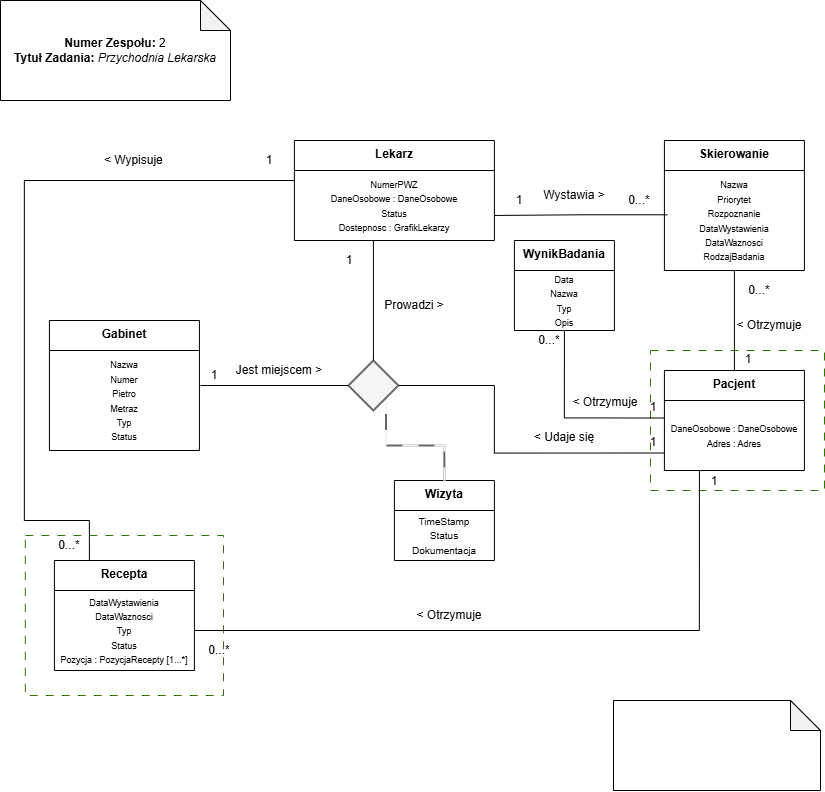
Before: MODA - ETAP2; Koncepcyjny_PoprawkiPoUwagachSzefa .drawio.png, a diagram exported from draw.io (BZaborowski232/MOM_ProjectIII). Source tidied: cells renumbered, new cells last; positions are measured from the earlier drawing's top-left corner, leaving out a move shared by most shapes.
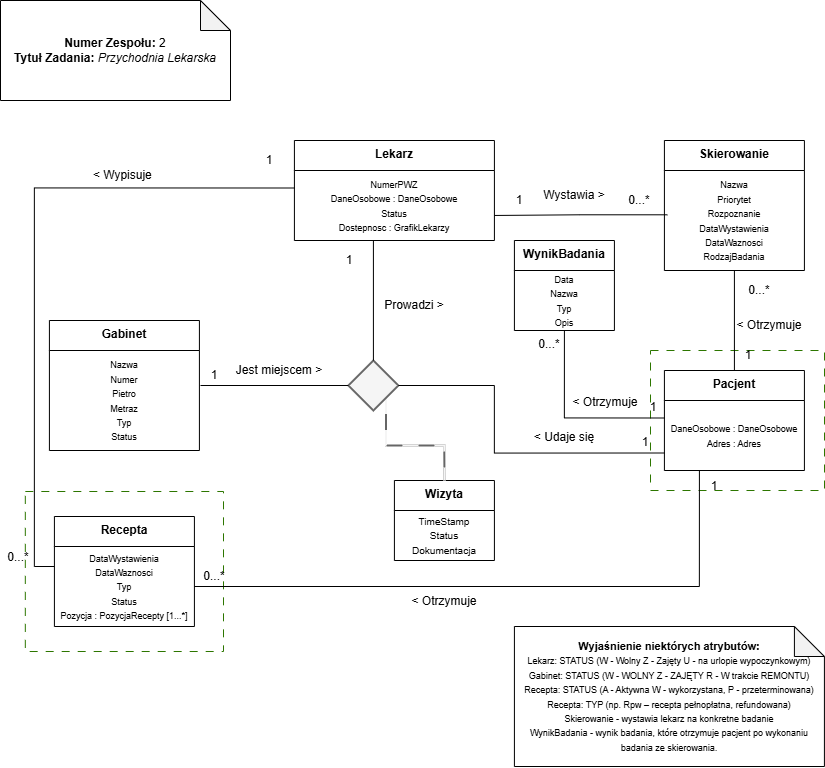
The same diagram one commit later.

Change to the diagram source:
```diff
@@ -6,7 +6,7 @@
       <mxGeometry x="650" y="350" width="174" height="140" as="geometry" />
     </mxCell>
     <mxCell id="3" style="rounded=0;whiteSpace=wrap;html=1;fillColor=none;dashed=1;dashPattern=8 8;fontColor=#ffffff;strokeColor=#2D7600;" parent="1" vertex="1">
-      <mxGeometry x="24.8" y="535" width="198.2" height="160" as="geometry" />
+      <mxGeometry x="24.8" y="491" width="198.2" height="160" as="geometry" />
     </mxCell>
     <mxCell id="4" value="Lekarz&lt;div&gt;&lt;br&gt;&lt;/div&gt;" style="swimlane;fontStyle=1;align=center;verticalAlign=top;horizontal=1;startSize=30;html=1;whiteSpace=wrap;" parent="1" vertex="1">
       <mxGeometry x="293.9" y="140" width="200" height="100" as="geometry" />
@@ -47,7 +47,7 @@
       <mxGeometry x="623.9" y="190" width="30" height="20" as="geometry" />
     </mxCell>
     <mxCell id="16" value="&lt;font&gt;1&lt;/font&gt;" style="text;html=1;whiteSpace=wrap;strokeColor=none;fillColor=none;align=center;verticalAlign=middle;rounded=0;rotation=0;" parent="1" vertex="1">
-      <mxGeometry x="732.9" y="349" width="30" height="20" as="geometry" />
+      <mxGeometry x="732.9" y="345" width="30" height="20" as="geometry" />
     </mxCell>
     <mxCell id="17" value="&lt;font&gt;0&lt;/font&gt;&lt;span style=&quot;background-color: transparent; color: light-dark(rgb(0, 0, 0), rgb(255, 255, 255));&quot;&gt;...*&lt;/span&gt;" style="text;html=1;whiteSpace=wrap;strokeColor=none;fillColor=none;align=center;verticalAlign=middle;rounded=0;" parent="1" vertex="1">
       <mxGeometry x="743.9" y="280" width="30" height="20" as="geometry" />
@@ -65,38 +65,28 @@
       <mxGeometry x="637.9" y="397" width="30" height="20" as="geometry" />
     </mxCell>
     <mxCell id="22" value="&lt;font&gt;0&lt;/font&gt;&lt;span style=&quot;background-color: transparent; color: light-dark(rgb(0, 0, 0), rgb(255, 255, 255));&quot;&gt;...*&lt;/span&gt;" style="text;html=1;whiteSpace=wrap;strokeColor=none;fillColor=none;align=center;verticalAlign=middle;rounded=0;" parent="1" vertex="1">
-      <mxGeometry x="533.9" y="330" width="30" height="20" as="geometry" />
+      <mxGeometry x="533.9" y="334" width="30" height="20" as="geometry" />
     </mxCell>
     <mxCell id="23" value="&lt;div&gt;Recepta&lt;/div&gt;" style="swimlane;fontStyle=1;align=center;verticalAlign=top;horizontal=1;startSize=30;html=1;whiteSpace=wrap;" parent="1" vertex="1">
-      <mxGeometry x="53.9" y="560" width="140" height="110" as="geometry" />
+      <mxGeometry x="53.9" y="516" width="140" height="110" as="geometry" />
     </mxCell>
     <mxCell id="24" value="&lt;div&gt;&lt;font style=&quot;font-size: 9px;&quot;&gt;DataWystawienia&lt;/font&gt;&lt;/div&gt;&lt;font style=&quot;font-size: 9px;&quot;&gt;DataWaznosci&lt;/font&gt;&lt;div&gt;&lt;font style=&quot;font-size: 9px;&quot;&gt;Typ&lt;/font&gt;&lt;/div&gt;&lt;div&gt;&lt;font style=&quot;font-size: 9px;&quot;&gt;Status&lt;/font&gt;&lt;/div&gt;&lt;div&gt;&lt;font style=&quot;font-size: 9px;&quot;&gt;Pozycja : PozycjaRecepty [1...*]&lt;/font&gt;&lt;/div&gt;" style="text;html=1;whiteSpace=wrap;strokeColor=none;fillColor=none;align=center;verticalAlign=middle;rounded=0;" parent="23" vertex="1">
       <mxGeometry y="30" width="140" height="80" as="geometry" />
     </mxCell>
-    <mxCell id="25" style="edgeStyle=orthogonalEdgeStyle;shape=wire;rounded=0;jettySize=auto;html=1;entryX=0.25;entryY=0;entryDx=0;entryDy=0;dashed=1;endArrow=none;endFill=0;" parent="1" edge="1" target="23">
-      <mxGeometry relative="1" as="geometry">
-        <mxPoint x="293.9" y="180" as="sourcePoint" />
-        <Array as="points">
-          <mxPoint x="23.9" y="180" />
-          <mxPoint x="23.9" y="520" />
-          <mxPoint x="88.9" y="520" />
-        </Array>
-      </mxGeometry>
-    </mxCell>
     <mxCell id="26" value="&lt;font&gt;1&lt;/font&gt;" style="text;html=1;whiteSpace=wrap;strokeColor=none;fillColor=none;align=center;verticalAlign=middle;rounded=0;" parent="1" vertex="1">
       <mxGeometry x="253.9" y="150" width="30" height="20" as="geometry" />
     </mxCell>
     <mxCell id="27" value="&lt;font&gt;0&lt;/font&gt;&lt;span style=&quot;background-color: transparent; color: light-dark(rgb(0, 0, 0), rgb(255, 255, 255));&quot;&gt;...*&lt;/span&gt;" style="text;html=1;whiteSpace=wrap;strokeColor=none;fillColor=none;align=center;verticalAlign=middle;rounded=0;" parent="1" vertex="1">
-      <mxGeometry x="53.9" y="535" width="30" height="20" as="geometry" />
+      <mxGeometry x="3" y="547" width="30" height="20" as="geometry" />
     </mxCell>
     <mxCell id="28" style="edgeStyle=orthogonalEdgeStyle;shape=wire;rounded=0;jettySize=auto;html=1;exitX=0.25;exitY=1;exitDx=0;exitDy=0;entryX=1;entryY=0.5;entryDx=0;entryDy=0;dashed=1;endArrow=none;endFill=0;" parent="1" edge="1" source="10" target="24">
       <mxGeometry relative="1" as="geometry" />
     </mxCell>
     <mxCell id="29" value="&lt;font&gt;1&lt;/font&gt;" style="text;html=1;whiteSpace=wrap;strokeColor=none;fillColor=none;align=center;verticalAlign=middle;rounded=0;rotation=0;" parent="1" vertex="1">
-      <mxGeometry x="698.9" y="471" width="30" height="20" as="geometry" />
+      <mxGeometry x="698.9" y="476" width="30" height="20" as="geometry" />
     </mxCell>
     <mxCell id="30" value="&lt;font&gt;0&lt;/font&gt;&lt;span style=&quot;background-color: transparent; color: light-dark(rgb(0, 0, 0), rgb(255, 255, 255));&quot;&gt;...*&lt;/span&gt;" style="text;html=1;whiteSpace=wrap;strokeColor=none;fillColor=none;align=center;verticalAlign=middle;rounded=0;" parent="1" vertex="1">
-      <mxGeometry x="203.9" y="640" width="30" height="20" as="geometry" />
+      <mxGeometry x="198.9" y="566" width="30" height="20" as="geometry" />
     </mxCell>
     <mxCell id="31" value="&lt;div&gt;Wizyta&lt;/div&gt;" style="swimlane;fontStyle=1;align=center;verticalAlign=top;horizontal=1;startSize=30;html=1;whiteSpace=wrap;" parent="1" vertex="1">
       <mxGeometry x="393.9" y="480" width="100" height="80" as="geometry" />
@@ -130,7 +120,7 @@
       <mxGeometry x="198.9" y="365" width="30" height="20" as="geometry" />
     </mxCell>
     <mxCell id="39" value="&lt;font&gt;1&lt;/font&gt;" style="text;html=1;whiteSpace=wrap;strokeColor=none;fillColor=none;align=center;verticalAlign=middle;rounded=0;" parent="1" vertex="1">
-      <mxGeometry x="637.9" y="432" width="30" height="20" as="geometry" />
+      <mxGeometry x="629.9" y="432" width="30" height="20" as="geometry" />
     </mxCell>
     <mxCell id="40" style="edgeStyle=orthogonalEdgeStyle;shape=wire;rounded=0;jettySize=auto;html=1;exitX=0.5;exitY=0;exitDx=0;exitDy=0;dashed=1;endArrow=none;endFill=0;" parent="1" edge="1" source="34">
       <mxGeometry relative="1" as="geometry">
@@ -144,7 +134,7 @@
       <mxGeometry x="533.9" y="180" width="80" height="30" as="geometry" />
     </mxCell>
     <mxCell id="43" value="&amp;lt; Wypisuje&amp;nbsp;" style="text;html=1;whiteSpace=wrap;strokeColor=none;fillColor=none;align=center;verticalAlign=middle;rounded=0;" parent="1" vertex="1">
-      <mxGeometry x="100" y="145" width="70" height="30" as="geometry" />
+      <mxGeometry x="88.9" y="160" width="70" height="30" as="geometry" />
     </mxCell>
     <mxCell id="44" value="Prowadzi &amp;gt;" style="text;html=1;whiteSpace=wrap;strokeColor=none;fillColor=none;align=center;verticalAlign=middle;rounded=0;rotation=0;" parent="1" vertex="1">
       <mxGeometry x="379" y="290" width="70" height="30" as="geometry" />
@@ -156,7 +146,7 @@
       <mxGeometry x="528.9" y="422" width="70" height="30" as="geometry" />
     </mxCell>
     <mxCell id="47" value="&amp;lt; Otrzymuje" style="text;html=1;whiteSpace=wrap;strokeColor=none;fillColor=none;align=center;verticalAlign=middle;rounded=0;" parent="1" vertex="1">
-      <mxGeometry x="414" y="600" width="70" height="30" as="geometry" />
+      <mxGeometry x="408.9" y="586" width="70" height="30" as="geometry" />
     </mxCell>
     <mxCell id="48" value="&amp;lt; Otrzymuje" style="text;html=1;whiteSpace=wrap;strokeColor=none;fillColor=none;align=center;verticalAlign=middle;rounded=0;" parent="1" vertex="1">
       <mxGeometry x="733.9" y="310" width="70" height="30" as="geometry" />
@@ -164,8 +154,11 @@
     <mxCell id="49" value="Jest miejscem &amp;gt;" style="text;html=1;whiteSpace=wrap;strokeColor=none;fillColor=none;align=center;verticalAlign=middle;rounded=0;" parent="1" vertex="1">
       <mxGeometry x="233.9" y="355" width="90" height="30" as="geometry" />
     </mxCell>
-    <mxCell id="50" style="shape=note;whiteSpace=wrap;html=1;backgroundOutline=1;darkOpacity=0.05;" parent="1" vertex="1">
-      <mxGeometry x="613" y="700" width="207" height="90" as="geometry" />
+    <mxCell id="50" value="&lt;div&gt;&lt;font style=&quot;font-size: 11px;&quot;&gt;&lt;b&gt;Wyjaśnienie niektórych atrybutów:&lt;/b&gt;&lt;/font&gt;&lt;/div&gt;&lt;div&gt;&lt;font style=&quot;font-size: 9px;&quot;&gt;Lekarz: STATUS (W - Wolny Z - Zajęty U - na urlopie wypoczynkowym)&lt;/font&gt;&lt;/div&gt;&lt;div&gt;&lt;font style=&quot;font-size: 9px;&quot;&gt;Gabinet: STATUS (W - WOLNY Z - ZAJĘTY R - W trakcie REMONTU)&lt;/font&gt;&lt;/div&gt;&lt;div&gt;&lt;font style=&quot;font-size: 9px;&quot;&gt;Recepta: STATUS (A - Aktywna W - wykorzystana, P - przeterminowana)&lt;/font&gt;&lt;/div&gt;&lt;div&gt;&lt;font style=&quot;font-size: 9px;&quot;&gt;Recepta: TYP (np. Rpw – recepta pełnopłatna, refundowana)&lt;/font&gt;&lt;/div&gt;&lt;div&gt;&lt;font style=&quot;font-size: 9px;&quot;&gt;Skierowanie - wystawia lekarz na konkretne badanie&lt;/font&gt;&lt;/div&gt;&lt;div&gt;&lt;font style=&quot;font-size: 9px;&quot;&gt;WynikBadania - wynik badania, które otrzymuje pacjent po wykonaniu badania ze skierowania.&lt;/font&gt;&lt;/div&gt;" style="shape=note;whiteSpace=wrap;html=1;backgroundOutline=1;darkOpacity=0.05;" parent="1" vertex="1">
+      <mxGeometry x="513.9" y="626" width="310" height="140" as="geometry" />
     </mxCell>
+    <mxCell id="51" style="edgeStyle=orthogonalEdgeStyle;rounded=0;jettySize=auto;html=1;exitX=0;exitY=0.25;exitDx=0;exitDy=0;entryX=0;entryY=0.25;entryDx=0;entryDy=0;endArrow=none;endFill=0;" parent="1" edge="1" source="5" target="24">
+      <mxGeometry relative="1" as="geometry" />
+    </mxCell>
   </root>
 </mxGraphModel>
```
